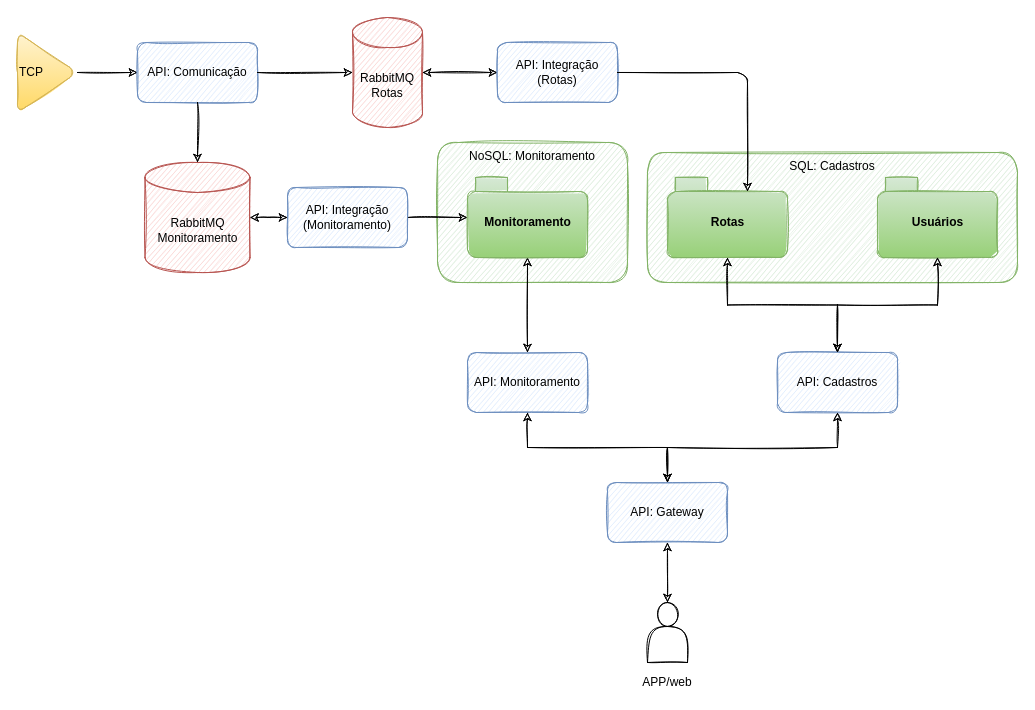
This is docs/arquitetura.drawio from atreib/tracking-env, a draw.io file, before an edit. Source tidied: cells renumbered, new cells numbered last; positions are measured from the earlier drawing's top-left corner, leaving out a move shared by most shapes. Both pictures are drawn from the tidied source at 100%, with x=0, y=0 at pixel (17, 17).
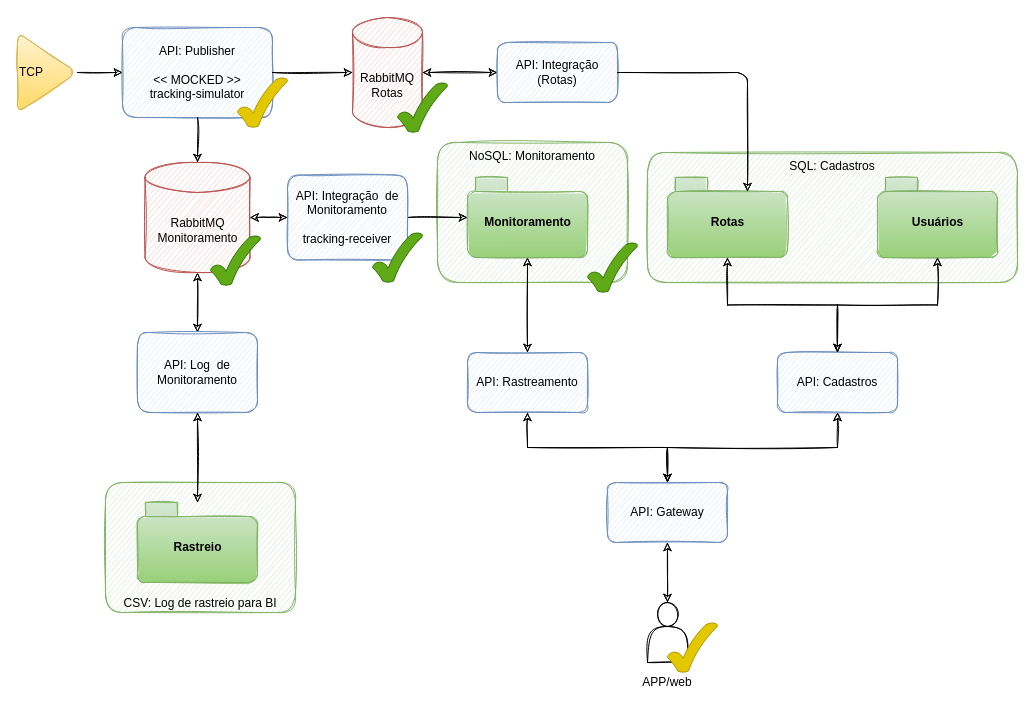
After the change.

The change refers to these unchanged cells:
```xml
<mxCell id="8" value="RabbitMQ&lt;br&gt;Monitoramento" style="shape=cylinder3;whiteSpace=wrap;html=1;boundedLbl=1;backgroundOutline=1;size=15;rounded=1;sketch=1;fillColor=#f8cecc;strokeColor=#b85450;" parent="1" vertex="1">
  <mxGeometry x="127.5" y="145" width="105" height="110" as="geometry" />
</mxCell>
```

Diff of the diagram source:
```diff
@@
-    <mxCell id="6" value="API: Comunicação" style="rounded=1;whiteSpace=wrap;html=1;align=center;verticalAlign=middle;sketch=1;fillColor=#dae8fc;strokeColor=#6c8ebf;" parent="1" vertex="1">
-      <mxGeometry x="120" y="25" width="120" height="60" as="geometry" />
+    <mxCell id="6" value="API: Publisher&lt;br&gt;&lt;br&gt;&amp;lt;&amp;lt; MOCKED &amp;gt;&amp;gt;&lt;br&gt;tracking-simulator" style="rounded=1;whiteSpace=wrap;html=1;align=center;verticalAlign=middle;sketch=1;fillColor=#dae8fc;strokeColor=#6c8ebf;" parent="1" vertex="1">
+      <mxGeometry x="105" y="10" width="150" height="90" as="geometry" />
     </mxCell>
@@
+    <mxCell id="31" style="edgeStyle=orthogonalEdgeStyle;rounded=0;jettySize=auto;html=1;startArrow=classic;startFill=1;sketch=1;" parent="1" edge="1" source="8" target="36">
+      <mxGeometry relative="1" as="geometry" />
+    </mxCell>
@@
-    <mxCell id="15" value="API: Integração (Monitoramento)" style="rounded=1;whiteSpace=wrap;html=1;align=center;verticalAlign=middle;sketch=1;fillColor=#dae8fc;strokeColor=#6c8ebf;" parent="1" vertex="1">
-      <mxGeometry x="270" y="170" width="120" height="60" as="geometry" />
+    <mxCell id="15" value="API: Integração&amp;nbsp; de Monitoramento&lt;br&gt;&lt;br&gt;tracking-receiver" style="rounded=1;whiteSpace=wrap;html=1;align=center;verticalAlign=middle;sketch=1;fillColor=#dae8fc;strokeColor=#6c8ebf;" parent="1" vertex="1">
+      <mxGeometry x="270" y="157.5" width="120" height="85" as="geometry" />
     </mxCell>
@@
-    <mxCell id="21" value="API: Monitoramento" style="rounded=1;whiteSpace=wrap;html=1;align=center;verticalAlign=middle;sketch=1;fillColor=#dae8fc;strokeColor=#6c8ebf;" parent="1" vertex="1">
+    <mxCell id="21" value="API: Rastreamento" style="rounded=1;whiteSpace=wrap;html=1;align=center;verticalAlign=middle;sketch=1;fillColor=#dae8fc;strokeColor=#6c8ebf;" parent="1" vertex="1">
       <mxGeometry x="450" y="335" width="120" height="60" as="geometry" />
     </mxCell>
@@
+    <mxCell id="32" style="verticalLabelPosition=bottom;verticalAlign=top;html=1;shape=mxgraph.basic.tick;strokeColor=#2D7600;fillColor=#60a917;fontColor=#ffffff;" parent="1" vertex="1">
+      <mxGeometry x="355" y="215" width="50" height="50" as="geometry" />
+    </mxCell>
+    <mxCell id="33" style="verticalLabelPosition=bottom;verticalAlign=top;html=1;shape=mxgraph.basic.tick;strokeColor=#2D7600;fillColor=#60a917;fontColor=#ffffff;" parent="1" vertex="1">
+      <mxGeometry x="193" y="218" width="50" height="50" as="geometry" />
+    </mxCell>
+    <mxCell id="34" style="verticalLabelPosition=bottom;verticalAlign=top;html=1;shape=mxgraph.basic.tick;strokeColor=#2D7600;fillColor=#60a917;fontColor=#ffffff;" parent="1" vertex="1">
+      <mxGeometry x="570" y="225" width="50" height="50" as="geometry" />
+    </mxCell>
+    <mxCell id="35" style="verticalLabelPosition=bottom;verticalAlign=top;html=1;shape=mxgraph.basic.tick;strokeColor=#B09500;fillColor=#e3c800;fontColor=#000000;" parent="1" vertex="1">
+      <mxGeometry x="220" y="60" width="50" height="50" as="geometry" />
+    </mxCell>
+    <mxCell id="36" value="API: Log&amp;nbsp; de Monitoramento" style="rounded=1;whiteSpace=wrap;html=1;align=center;verticalAlign=middle;sketch=1;fillColor=#dae8fc;strokeColor=#6c8ebf;" parent="1" vertex="1">
+      <mxGeometry x="120" y="315" width="120" height="80" as="geometry" />
+    </mxCell>
+    <mxCell id="37" value="CSV: Log de rastreio para BI" style="rounded=1;whiteSpace=wrap;html=1;sketch=1;align=center;verticalAlign=bottom;fillColor=#d5e8d4;strokeColor=#82b366;" parent="1" vertex="1">
+      <mxGeometry x="88" y="465" width="190" height="130" as="geometry" />
+    </mxCell>
+    <mxCell id="38" value="Rastreio" style="shape=folder;fontStyle=1;spacingTop=10;tabWidth=40;tabHeight=14;tabPosition=left;html=1;rounded=1;sketch=1;align=center;fillColor=#d5e8d4;strokeColor=#82b366;gradientColor=#97d077;" parent="1" vertex="1">
+      <mxGeometry x="120" y="485" width="120" height="80" as="geometry" />
+    </mxCell>
+    <mxCell id="39" style="edgeStyle=orthogonalEdgeStyle;rounded=0;jettySize=auto;html=1;startArrow=classic;startFill=1;sketch=1;" parent="1" edge="1" source="36" target="38">
+      <mxGeometry relative="1" as="geometry" />
+    </mxCell>
+    <mxCell id="40" style="verticalLabelPosition=bottom;verticalAlign=top;html=1;shape=mxgraph.basic.tick;strokeColor=#2D7600;fillColor=#60a917;fontColor=#ffffff;" parent="1" vertex="1">
+      <mxGeometry x="380" y="65" width="50" height="50" as="geometry" />
+    </mxCell>
+    <mxCell id="41" style="verticalLabelPosition=bottom;verticalAlign=top;html=1;shape=mxgraph.basic.tick;strokeColor=#B09500;fillColor=#e3c800;fontColor=#000000;" parent="1" vertex="1">
+      <mxGeometry x="650" y="605" width="50" height="50" as="geometry" />
+    </mxCell>
```
